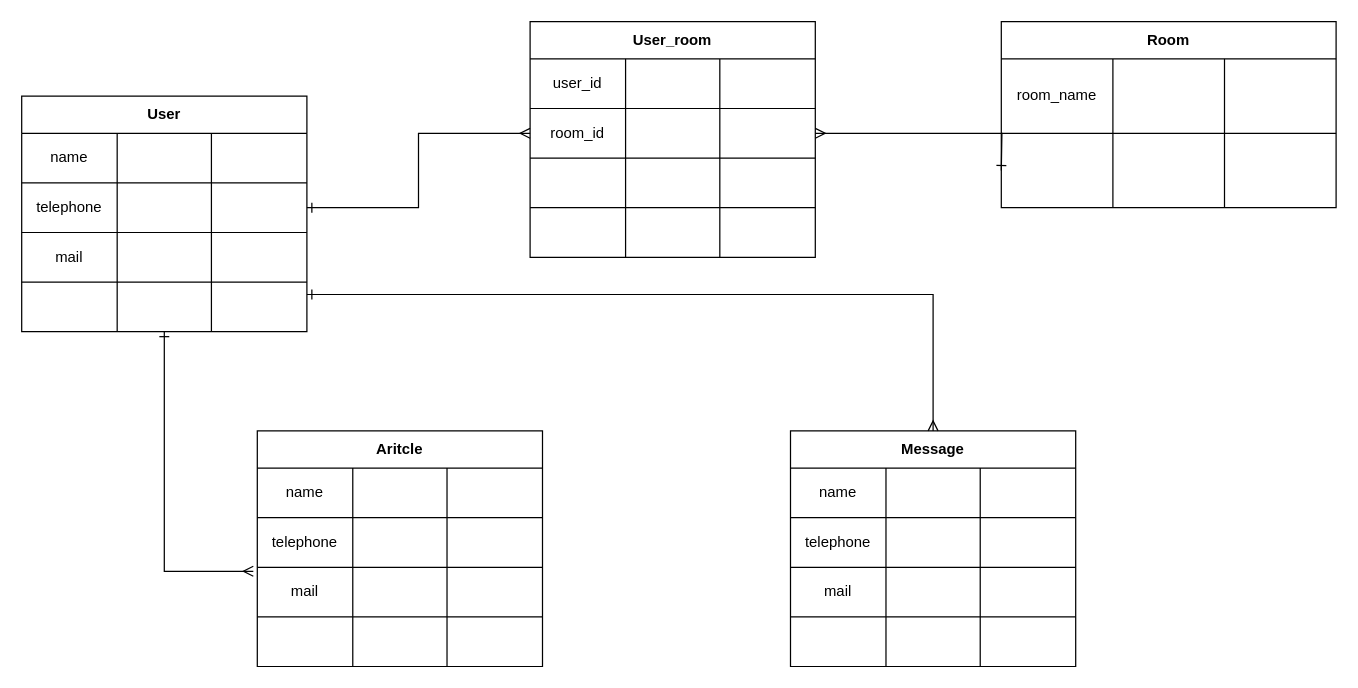
kgw0422/freelances-app keeps this draw.io diagram as Freelance.drawio. Above is the earlier version. Source tidied: cells renumbered, new cells numbered last; positions are measured from the earlier drawing's top-left corner, leaving out a move shared by most shapes. Both pictures are drawn from the tidied source at 124%, with x=0, y=0 at pixel (21, 21).
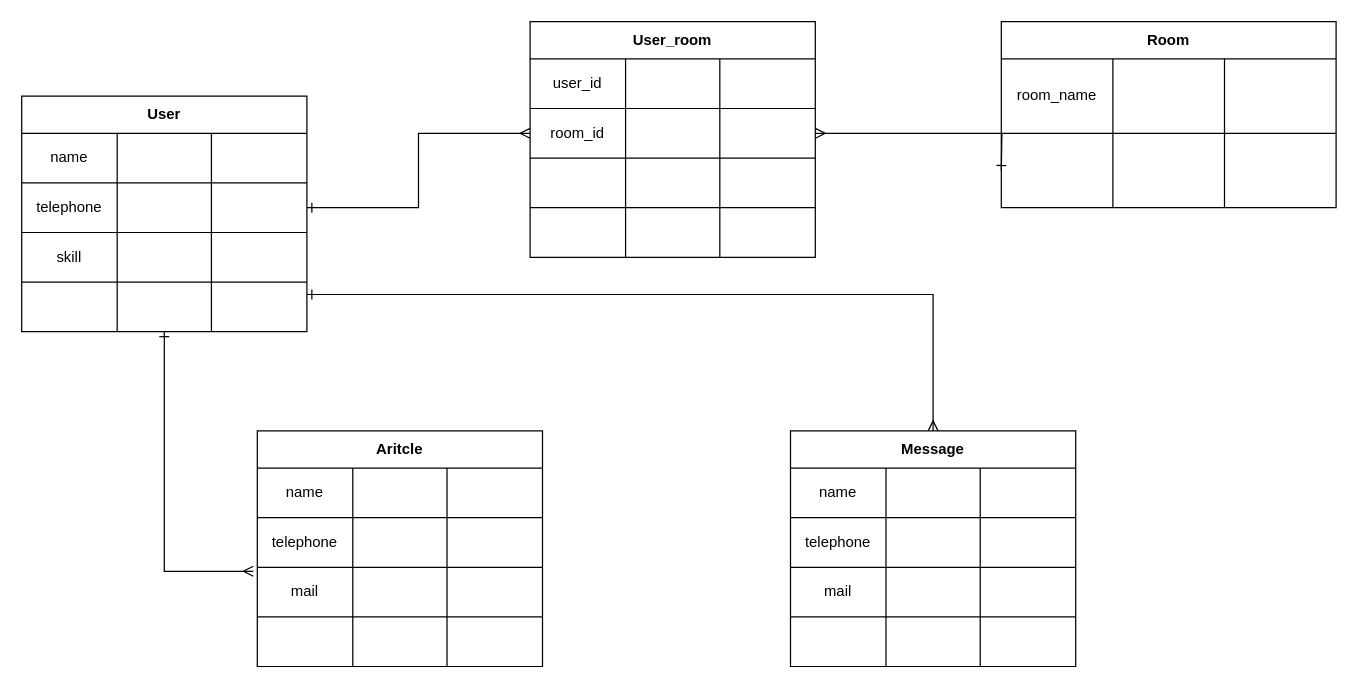
The same page after the edit.

The change refers to these unchanged cells:
```xml
<mxCell id="12" style="shape=partialRectangle;html=1;whiteSpace=wrap;fillColor=none;top=0;left=0;bottom=0;right=0;" parent="3" vertex="1">
  <mxGeometry y="110" width="230" height="40" as="geometry" />
</mxCell>
```

Change to the diagram source:
```diff
@@
-    <mxCell id="13" value="mail" style="shape=partialRectangle;html=1;whiteSpace=wrap;fillColor=none;top=0;left=0;bottom=0;right=0;overflow=hidden;" parent="12" vertex="1">
+    <mxCell id="13" value="skill" style="shape=partialRectangle;html=1;whiteSpace=wrap;fillColor=none;top=0;left=0;bottom=0;right=0;overflow=hidden;" parent="12" vertex="1">
       <mxGeometry width="77" height="40" as="geometry" />
     </mxCell>
```
